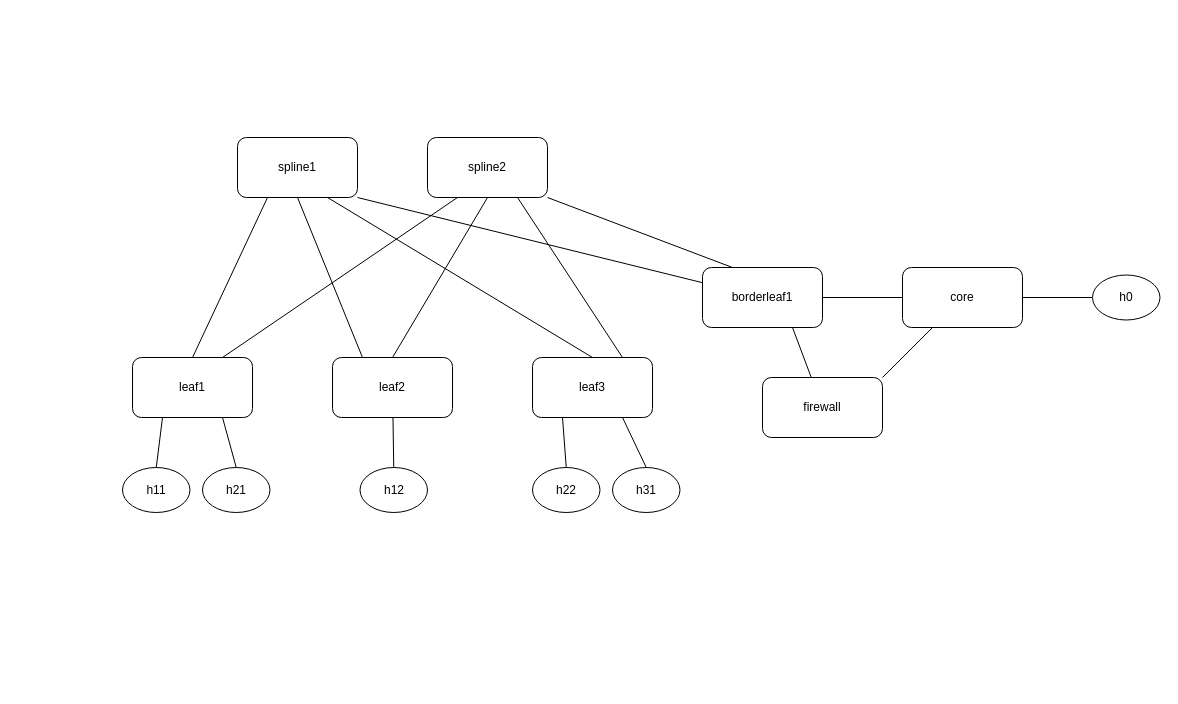
Above: vxlanevpnlab.drawio in jmanteau/evpn-frr-containerlab (draw.io), before the change. Source tidied: cells renumbered, new cells numbered last; positions are measured from the earlier drawing's top-left corner, leaving out a move shared by most shapes. Both pictures are drawn from the tidied source at 100%, with x=0, y=0 at pixel (122, 137).
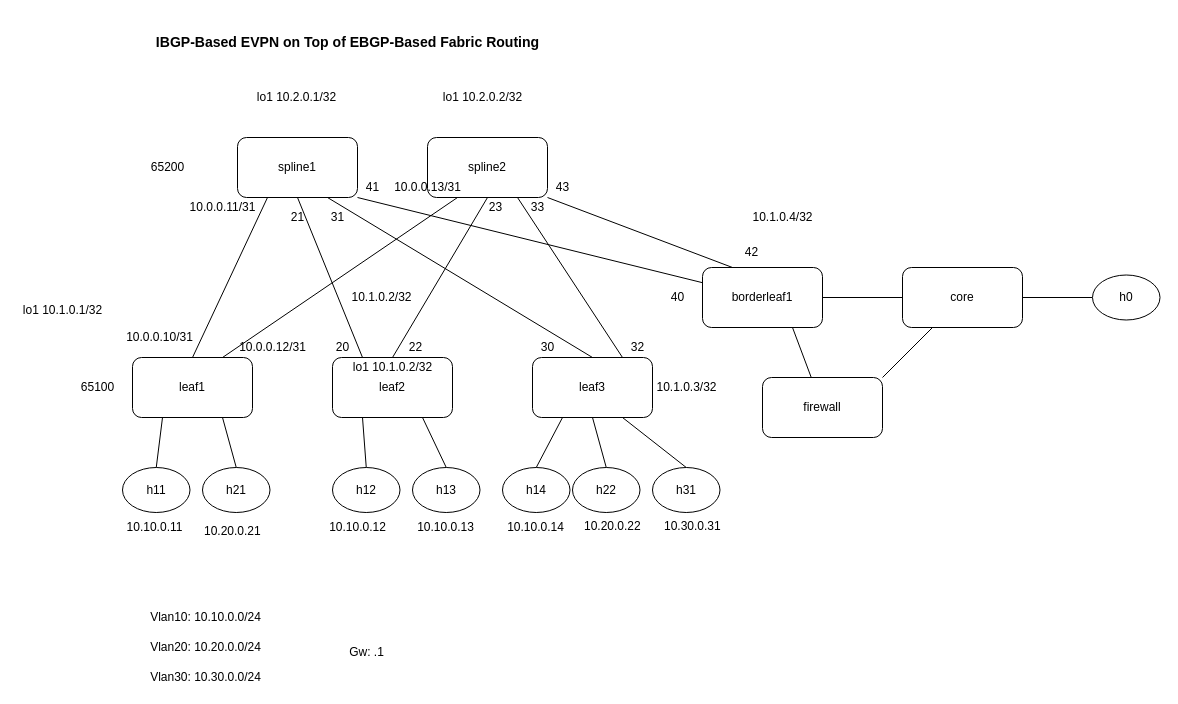
Above is the later version.

The change refers to these unchanged cells:
```xml
<mxCell id="10" value="leaf2" style="rounded=1;whiteSpace=wrap;html=1;" parent="1" vertex="1">
  <mxGeometry x="210" y="220" width="120" height="60" as="geometry" />
</mxCell>
<mxCell id="12" value="leaf3" style="rounded=1;whiteSpace=wrap;html=1;" parent="1" vertex="1">
  <mxGeometry x="410" y="220" width="120" height="60" as="geometry" />
</mxCell>
```

Change to the diagram source:
```diff
@@
-    <mxCell id="25" style="edgeStyle=none;rounded=0;jettySize=auto;html=1;exitX=0.5;exitY=0;exitDx=0;exitDy=0;endArrow=none;endFill=0;" parent="1" edge="1" source="26" target="10">
+    <mxCell id="25" style="edgeStyle=none;rounded=0;jettySize=auto;html=1;exitX=0.5;exitY=0;exitDx=0;exitDy=0;endArrow=none;endFill=0;entryX=0.25;entryY=1;entryDx=0;entryDy=0;" parent="1" edge="1" source="26" target="10">
       <mxGeometry relative="1" as="geometry" />
     </mxCell>
     <mxCell id="26" value="h12" style="ellipse;whiteSpace=wrap;html=1;" parent="1" vertex="1">
-      <mxGeometry x="237.5" y="330" width="67.5" height="45" as="geometry" />
+      <mxGeometry x="210" y="330" width="67.5" height="45" as="geometry" />
     </mxCell>
-    <mxCell id="27" style="edgeStyle=none;rounded=0;jettySize=auto;html=1;exitX=0.5;exitY=0;exitDx=0;exitDy=0;entryX=0.25;entryY=1;entryDx=0;entryDy=0;endArrow=none;endFill=0;" parent="1" edge="1" source="28" target="12">
+    <mxCell id="27" style="edgeStyle=none;rounded=0;jettySize=auto;html=1;exitX=0.5;exitY=0;exitDx=0;exitDy=0;entryX=0.5;entryY=1;entryDx=0;entryDy=0;endArrow=none;endFill=0;" parent="1" edge="1" source="28" target="12">
       <mxGeometry relative="1" as="geometry" />
     </mxCell>
     <mxCell id="28" value="h22" style="ellipse;whiteSpace=wrap;html=1;" parent="1" vertex="1">
-      <mxGeometry x="410" y="330" width="67.5" height="45" as="geometry" />
+      <mxGeometry x="450" y="330" width="67.5" height="45" as="geometry" />
     </mxCell>
@@
     <mxCell id="32" value="h31" style="ellipse;whiteSpace=wrap;html=1;" parent="1" vertex="1">
-      <mxGeometry x="490" y="330" width="67.5" height="45" as="geometry" />
+      <mxGeometry x="530" y="330" width="67.5" height="45" as="geometry" />
     </mxCell>
+    <mxCell id="33" style="rounded=0;jettySize=auto;html=1;exitX=0.5;exitY=0;exitDx=0;exitDy=0;entryX=0.25;entryY=1;entryDx=0;entryDy=0;endArrow=none;endFill=0;" parent="1" edge="1" source="34" target="12">
+      <mxGeometry relative="1" as="geometry" />
+    </mxCell>
+    <mxCell id="34" value="h14" style="ellipse;whiteSpace=wrap;html=1;" parent="1" vertex="1">
+      <mxGeometry x="380" y="330" width="67.5" height="45" as="geometry" />
+    </mxCell>
+    <mxCell id="35" style="edgeStyle=none;rounded=0;jettySize=auto;html=1;exitX=0.5;exitY=0;exitDx=0;exitDy=0;entryX=0.75;entryY=1;entryDx=0;entryDy=0;endArrow=none;endFill=0;" parent="1" edge="1" source="36" target="10">
+      <mxGeometry relative="1" as="geometry" />
+    </mxCell>
+    <mxCell id="36" value="h13" style="ellipse;whiteSpace=wrap;html=1;" parent="1" vertex="1">
+      <mxGeometry x="290" y="330" width="67.5" height="45" as="geometry" />
+    </mxCell>
+    <mxCell id="37" value="Vlan10: 10.10.0.0/24" style="text;html=1;align=center;verticalAlign=middle;" parent="1" vertex="1">
+      <mxGeometry x="17.5" y="470" width="130" height="20" as="geometry" />
+    </mxCell>
+    <mxCell id="38" value="Vlan20: 10.20.0.0/24" style="text;html=1;align=center;verticalAlign=middle;" parent="1" vertex="1">
+      <mxGeometry x="17.5" y="500" width="130" height="20" as="geometry" />
+    </mxCell>
+    <mxCell id="39" value="Vlan30: 10.30.0.0/24" style="text;html=1;align=center;verticalAlign=middle;" parent="1" vertex="1">
+      <mxGeometry x="17.5" y="530" width="130" height="20" as="geometry" />
+    </mxCell>
+    <mxCell id="40" value="Gw: .1" style="text;html=1;align=center;verticalAlign=middle;" parent="1" vertex="1">
+      <mxGeometry x="219" y="505" width="50" height="20" as="geometry" />
+    </mxCell>
+    <mxCell id="41" value="10.10.0.11" style="text;html=1;align=center;verticalAlign=middle;" parent="1" vertex="1">
+      <mxGeometry x="-3" y="380" width="70" height="20" as="geometry" />
+    </mxCell>
+    <mxCell id="42" value="&lt;span style=&quot;font-family: &amp;#34;helvetica&amp;#34; ; font-size: 12px ; font-style: normal ; font-weight: 400 ; letter-spacing: normal ; text-align: center ; text-indent: 0px ; text-transform: none ; word-spacing: 0px ; float: none ; display: inline&quot;&gt;10.20.0.21&lt;/span&gt;" style="text;whiteSpace=wrap;html=1;" parent="1" vertex="1">
+      <mxGeometry x="80" y="380" width="70" height="30" as="geometry" />
+    </mxCell>
+    <mxCell id="43" value="10.10.0.12" style="text;html=1;align=center;verticalAlign=middle;" parent="1" vertex="1">
+      <mxGeometry x="200" y="380" width="70" height="20" as="geometry" />
+    </mxCell>
+    <mxCell id="44" value="10.10.0.13" style="text;html=1;align=center;verticalAlign=middle;" parent="1" vertex="1">
+      <mxGeometry x="287.5" y="380" width="70" height="20" as="geometry" />
+    </mxCell>
+    <mxCell id="45" value="10.10.0.14" style="text;html=1;align=center;verticalAlign=middle;" parent="1" vertex="1">
+      <mxGeometry x="377.5" y="380" width="70" height="20" as="geometry" />
+    </mxCell>
+    <mxCell id="46" value="&lt;span style=&quot;font-family: &amp;#34;helvetica&amp;#34; ; font-size: 12px ; font-style: normal ; font-weight: 400 ; letter-spacing: normal ; text-align: center ; text-indent: 0px ; text-transform: none ; word-spacing: 0px ; float: none ; display: inline&quot;&gt;10.20.0.22&lt;/span&gt;" style="text;whiteSpace=wrap;html=1;" parent="1" vertex="1">
+      <mxGeometry x="460" y="375" width="70" height="30" as="geometry" />
+    </mxCell>
+    <mxCell id="47" value="&lt;span style=&quot;font-family: &amp;#34;helvetica&amp;#34; ; font-size: 12px ; font-style: normal ; font-weight: 400 ; letter-spacing: normal ; text-align: center ; text-indent: 0px ; text-transform: none ; word-spacing: 0px ; float: none ; display: inline&quot;&gt;10.30.0.31&lt;/span&gt;" style="text;whiteSpace=wrap;html=1;" parent="1" vertex="1">
+      <mxGeometry x="540" y="375" width="70" height="30" as="geometry" />
+    </mxCell>
+    <mxCell id="48" value="10.0.0.10/31" style="text;html=1;align=center;verticalAlign=middle;" parent="1" vertex="1">
+      <mxGeometry x="-3" y="190" width="80" height="20" as="geometry" />
+    </mxCell>
+    <mxCell id="49" value="10.0.0.12/31" style="text;html=1;align=center;verticalAlign=middle;" parent="1" vertex="1">
+      <mxGeometry x="110" y="200" width="80" height="20" as="geometry" />
+    </mxCell>
+    <mxCell id="50" value="10.0.0.11/31" style="text;html=1;align=center;verticalAlign=middle;" parent="1" vertex="1">
+      <mxGeometry x="60" y="60" width="80" height="20" as="geometry" />
+    </mxCell>
+    <mxCell id="51" value="10.0.0.13/31" style="text;html=1;align=center;verticalAlign=middle;" parent="1" vertex="1">
+      <mxGeometry x="265" y="40" width="80" height="20" as="geometry" />
+    </mxCell>
+    <mxCell id="52" value="20" style="text;html=1;align=center;verticalAlign=middle;" parent="1" vertex="1">
+      <mxGeometry x="205" y="200" width="30" height="20" as="geometry" />
+    </mxCell>
+    <mxCell id="53" value="21" style="text;html=1;align=center;verticalAlign=middle;" parent="1" vertex="1">
+      <mxGeometry x="160" y="70" width="30" height="20" as="geometry" />
+    </mxCell>
+    <mxCell id="54" value="22" style="text;html=1;align=center;verticalAlign=middle;" parent="1" vertex="1">
+      <mxGeometry x="277.5" y="200" width="30" height="20" as="geometry" />
+    </mxCell>
+    <mxCell id="55" value="23" style="text;html=1;align=center;verticalAlign=middle;" parent="1" vertex="1">
+      <mxGeometry x="357.5" y="60" width="30" height="20" as="geometry" />
+    </mxCell>
+    <mxCell id="56" value="30" style="text;html=1;align=center;verticalAlign=middle;" parent="1" vertex="1">
+      <mxGeometry x="410" y="200" width="30" height="20" as="geometry" />
+    </mxCell>
+    <mxCell id="57" value="31" style="text;html=1;align=center;verticalAlign=middle;" parent="1" vertex="1">
+      <mxGeometry x="200" y="70" width="30" height="20" as="geometry" />
+    </mxCell>
+    <mxCell id="58" value="32" style="text;html=1;align=center;verticalAlign=middle;" parent="1" vertex="1">
+      <mxGeometry x="500" y="200" width="30" height="20" as="geometry" />
+    </mxCell>
+    <mxCell id="59" value="33" style="text;html=1;align=center;verticalAlign=middle;" parent="1" vertex="1">
+      <mxGeometry x="400" y="60" width="30" height="20" as="geometry" />
+    </mxCell>
+    <mxCell id="60" value="40" style="text;html=1;align=center;verticalAlign=middle;" parent="1" vertex="1">
+      <mxGeometry x="540" y="150" width="30" height="20" as="geometry" />
+    </mxCell>
+    <mxCell id="61" value="42" style="text;html=1;align=center;verticalAlign=middle;" parent="1" vertex="1">
+      <mxGeometry x="614" y="105" width="30" height="20" as="geometry" />
+    </mxCell>
+    <mxCell id="62" value="41" style="text;html=1;align=center;verticalAlign=middle;" parent="1" vertex="1">
+      <mxGeometry x="235" y="40" width="30" height="20" as="geometry" />
+    </mxCell>
+    <mxCell id="63" value="43" style="text;html=1;align=center;verticalAlign=middle;" parent="1" vertex="1">
+      <mxGeometry x="425" y="40" width="30" height="20" as="geometry" />
+    </mxCell>
+    <mxCell id="64" value="&lt;h3&gt; &lt;span class=&quot;mw-headline&quot;&gt;&amp;nbsp;IBGP-Based EVPN on Top of EBGP-Based Fabric Routing&amp;nbsp;&lt;/span&gt;&lt;/h3&gt;" style="text;html=1;align=center;verticalAlign=middle;" parent="1" vertex="1">
+      <mxGeometry x="20" y="-120" width="410" height="50" as="geometry" />
+    </mxCell>
+    <mxCell id="65" value="65100" style="text;html=1;align=center;verticalAlign=middle;" parent="1" vertex="1">
+      <mxGeometry x="-50" y="240" width="50" height="20" as="geometry" />
+    </mxCell>
+    <mxCell id="66" value="65200" style="text;html=1;align=center;verticalAlign=middle;" parent="1" vertex="1">
+      <mxGeometry x="20" y="20" width="50" height="20" as="geometry" />
+    </mxCell>
+    <mxCell id="67" value="lo1 10.1.0.1/32" style="text;html=1;align=center;verticalAlign=middle;" parent="1" vertex="1">
+      <mxGeometry x="-105" y="162.5" width="90" height="20" as="geometry" />
+    </mxCell>
+    <mxCell id="68" value="10.1.0.2/32" style="text;html=1;align=center;verticalAlign=middle;" parent="1" vertex="1">
+      <mxGeometry x="219" y="150" width="80" height="20" as="geometry" />
+    </mxCell>
+    <mxCell id="69" value="10.1.0.3/32" style="text;html=1;align=center;verticalAlign=middle;" parent="1" vertex="1">
+      <mxGeometry x="523.8" y="240" width="80" height="20" as="geometry" />
+    </mxCell>
+    <mxCell id="70" value="10.1.0.4/32" style="text;html=1;align=center;verticalAlign=middle;" parent="1" vertex="1">
+      <mxGeometry x="620" y="70" width="80" height="20" as="geometry" />
+    </mxCell>
+    <mxCell id="71" value="lo1 10.2.0.1/32" style="text;html=1;align=center;verticalAlign=middle;" parent="1" vertex="1">
+      <mxGeometry x="129" y="-50" width="90" height="20" as="geometry" />
+    </mxCell>
+    <mxCell id="72" value="lo1 10.1.0.2/32" style="text;html=1;align=center;verticalAlign=middle;" parent="1" vertex="1">
+      <mxGeometry x="225" y="220" width="90" height="20" as="geometry" />
+    </mxCell>
+    <mxCell id="73" value="lo1 10.2.0.2/32" style="text;html=1;align=center;verticalAlign=middle;" parent="1" vertex="1">
+      <mxGeometry x="315" y="-50" width="90" height="20" as="geometry" />
+    </mxCell>
```
